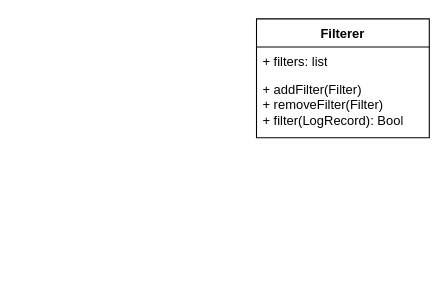
Above: diagrams/logging.drawio in pangqingzhu/diagrams (draw.io), before the change. Source tidied: cells renumbered, new cells numbered last; positions are measured from the earlier drawing's top-left corner, leaving out a move shared by most shapes. Both pictures are drawn from the tidied source at 108%, with x=0, y=0 at pixel (256, 18).
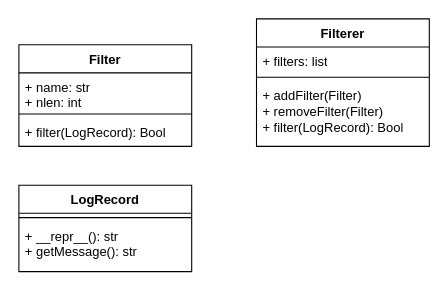
Above is the later version.

What changed in the source:
```diff
@@
 <mxGraphModel>
   <root>
     <mxCell id="0" />
     <mxCell id="1" parent="0" />
+    <mxCell id="5" value="Filter" style="swimlane;fontStyle=1;align=center;verticalAlign=top;horizontal=1;startSize=26;whiteSpace=wrap;html=1;" parent="1" vertex="1">
+      <mxGeometry x="-220" y="24" width="160" height="94" as="geometry" />
+    </mxCell>
+    <mxCell id="6" value="+ name: str&lt;br&gt;+ nlen: int" style="text;strokeColor=none;fillColor=none;align=left;verticalAlign=top;spacingLeft=4;spacingRight=4;overflow=hidden;whiteSpace=wrap;html=1;" parent="5" vertex="1">
+      <mxGeometry y="26" width="160" height="34" as="geometry" />
+    </mxCell>
+    <mxCell id="7" style="line;strokeWidth=1;fillColor=none;align=left;verticalAlign=middle;spacingTop=-1;spacingLeft=3;spacingRight=3;labelPosition=right;strokeColor=inherit;" parent="5" vertex="1">
+      <mxGeometry y="60" width="160" height="8" as="geometry" />
+    </mxCell>
+    <mxCell id="8" value="+ filter(LogRecord): Bool" style="text;strokeColor=none;fillColor=none;align=left;verticalAlign=top;spacingLeft=4;spacingRight=4;overflow=hidden;whiteSpace=wrap;html=1;" parent="5" vertex="1">
+      <mxGeometry y="68" width="160" height="26" as="geometry" />
+    </mxCell>
     <mxCell id="2" value="Filterer" style="swimlane;fontStyle=1;align=center;verticalAlign=top;horizontal=1;startSize=26;whiteSpace=wrap;html=1;" parent="1" vertex="1">
-      <mxGeometry width="160" height="110" as="geometry" />
+      <mxGeometry width="160" height="118" as="geometry" />
     </mxCell>
     <mxCell id="3" value="+ filters: list" style="text;strokeColor=none;fillColor=none;align=left;verticalAlign=top;spacingLeft=4;spacingRight=4;overflow=hidden;whiteSpace=wrap;html=1;" parent="2" vertex="1">
-      <mxGeometry y="26" width="160" height="26" as="geometry" />
+      <mxGeometry y="26" width="160" height="24" as="geometry" />
     </mxCell>
+    <mxCell id="9" style="line;strokeWidth=1;fillColor=none;align=left;verticalAlign=middle;spacingTop=-1;spacingLeft=3;spacingRight=3;labelPosition=right;strokeColor=inherit;" parent="2" vertex="1">
+      <mxGeometry y="50" width="160" height="8" as="geometry" />
+    </mxCell>
-    <mxCell id="4" value="+ addFilter(Filter)&lt;br&gt;+ removeFilter(Filter)&lt;br&gt;+ filter(LogRecord): Bool" style="text;strokeColor=none;fillColor=none;align=left;verticalAlign=top;spacingLeft=4;spacingRight=4;overflow=hidden;whiteSpace=wrap;html=1;" parent="2" vertex="1">
-      <mxGeometry y="52" width="160" height="58" as="geometry" />
+    <mxCell id="4" value="&lt;div&gt;+ addFilter(Filter)&lt;/div&gt;&lt;div&gt;+ removeFilter(Filter)&lt;/div&gt;&lt;div&gt;+ filter(LogRecord): Bool&lt;/div&gt;" style="text;strokeColor=none;fillColor=none;align=left;verticalAlign=top;spacingLeft=4;spacingRight=4;overflow=hidden;whiteSpace=wrap;html=1;" parent="2" vertex="1">
+      <mxGeometry y="58" width="160" height="60" as="geometry" />
     </mxCell>
+    <mxCell id="10" value="LogRecord" style="swimlane;fontStyle=1;align=center;verticalAlign=top;horizontal=1;startSize=26;whiteSpace=wrap;html=1;" parent="1" vertex="1">
+      <mxGeometry x="-220" y="154" width="160" height="80" as="geometry" />
+    </mxCell>
+    <mxCell id="11" style="line;strokeWidth=1;fillColor=none;align=left;verticalAlign=middle;spacingTop=-1;spacingLeft=3;spacingRight=3;labelPosition=right;strokeColor=inherit;" parent="10" vertex="1">
+      <mxGeometry y="26" width="160" height="8" as="geometry" />
+    </mxCell>
+    <mxCell id="12" value="+ __repr__(): str&lt;br&gt;+ getMessage(): str" style="text;strokeColor=none;fillColor=none;align=left;verticalAlign=top;spacingLeft=4;spacingRight=4;overflow=hidden;whiteSpace=wrap;html=1;" parent="10" vertex="1">
+      <mxGeometry y="34" width="160" height="46" as="geometry" />
+    </mxCell>
   </root>
 </mxGraphModel>
```
